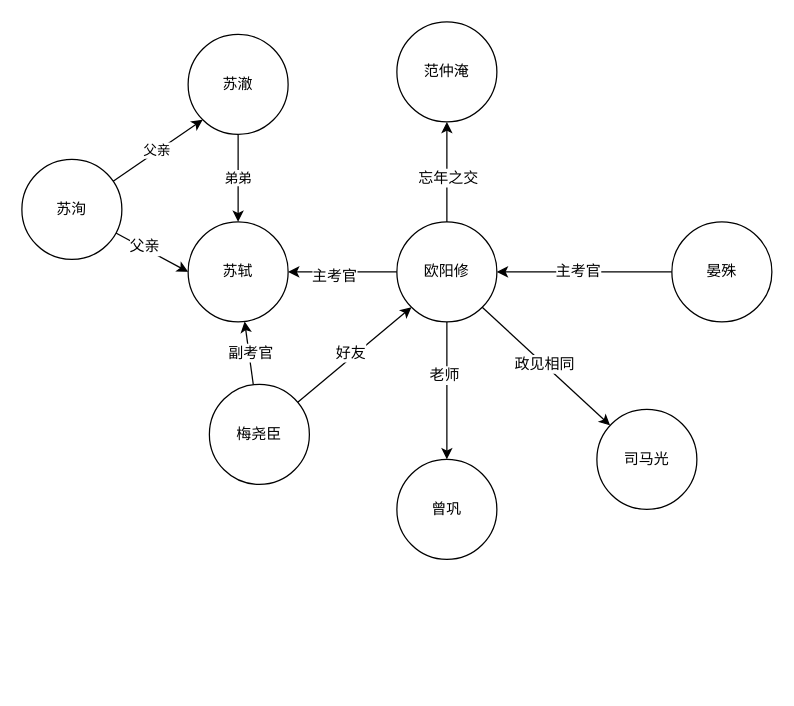
yejiaming/PFD keeps this draw.io diagram as 唐宋八大家.drawio. Above is the earlier version. Source tidied: cells renumbered, new cells numbered last; positions are measured from the earlier drawing's top-left corner, leaving out a move shared by most shapes. Both pictures are drawn from the tidied source at 125%, with x=0, y=0 at pixel (21, 21).
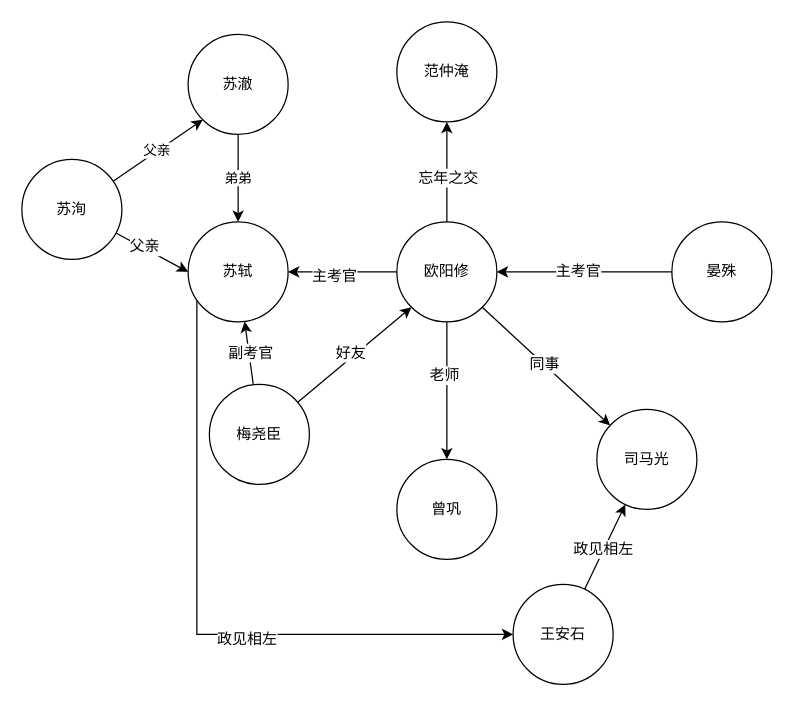
The same page after the edit.

Commit message:
更新唐宋八大家.drawio

The change refers to these unchanged cells:
```xml
<mxCell id="10" value="苏轼" style="ellipse;whiteSpace=wrap;html=1;" parent="1" vertex="1">
  <mxGeometry x="133" y="160" width="80" height="80" as="geometry" />
</mxCell>
<mxCell id="16" style="rounded=0;jettySize=auto;html=1;entryX=1;entryY=1;entryDx=0;entryDy=0;startArrow=classic;startFill=1;endArrow=none;endFill=0;" parent="1" edge="1" source="18" target="8">
  <mxGeometry relative="1" as="geometry" />
</mxCell>
<mxCell id="18" value="司马光" style="ellipse;whiteSpace=wrap;html=1;" parent="1" vertex="1">
  <mxGeometry x="460" y="310" width="80" height="80" as="geometry" />
</mxCell>
```

The edit, as a diff of the source:
```diff
@@
+    <mxCell id="30" style="edgeStyle=orthogonalEdgeStyle;rounded=0;jettySize=auto;html=1;entryX=0;entryY=0.5;entryDx=0;entryDy=0;" parent="1" edge="1" source="10" target="34">
+      <mxGeometry relative="1" as="geometry">
+        <Array as="points">
+          <mxPoint x="140" y="490" />
+        </Array>
+      </mxGeometry>
+    </mxCell>
+    <mxCell id="31" value="政见相左" style="text;html=1;align=center;verticalAlign=middle;labelBackgroundColor=#ffffff;" parent="30" vertex="1">
+      <mxGeometry x="0.03" y="39" relative="1" as="geometry">
+        <mxPoint x="39" y="42" as="offset" />
+      </mxGeometry>
+    </mxCell>
@@
-    <mxCell id="17" value="政见相同" style="text;html=1;align=center;verticalAlign=middle;labelBackgroundColor=#ffffff;" parent="16" vertex="1">
+    <mxCell id="17" value="同事" style="text;html=1;align=center;verticalAlign=middle;labelBackgroundColor=#ffffff;" parent="16" vertex="1">
       <mxGeometry x="0.05" relative="1" as="geometry" />
     </mxCell>
@@
+    <mxCell id="32" style="rounded=0;jettySize=auto;html=1;" parent="1" edge="1" source="34" target="18">
+      <mxGeometry relative="1" as="geometry" />
+    </mxCell>
+    <mxCell id="33" value="政见相左" style="text;html=1;align=center;verticalAlign=middle;labelBackgroundColor=#ffffff;" parent="32" vertex="1">
+      <mxGeometry x="-0.08" y="1" relative="1" as="geometry" />
+    </mxCell>
+    <mxCell id="34" value="王安石" style="ellipse;whiteSpace=wrap;html=1;" parent="1" vertex="1">
+      <mxGeometry x="393" y="450" width="80" height="80" as="geometry" />
+    </mxCell>
```
